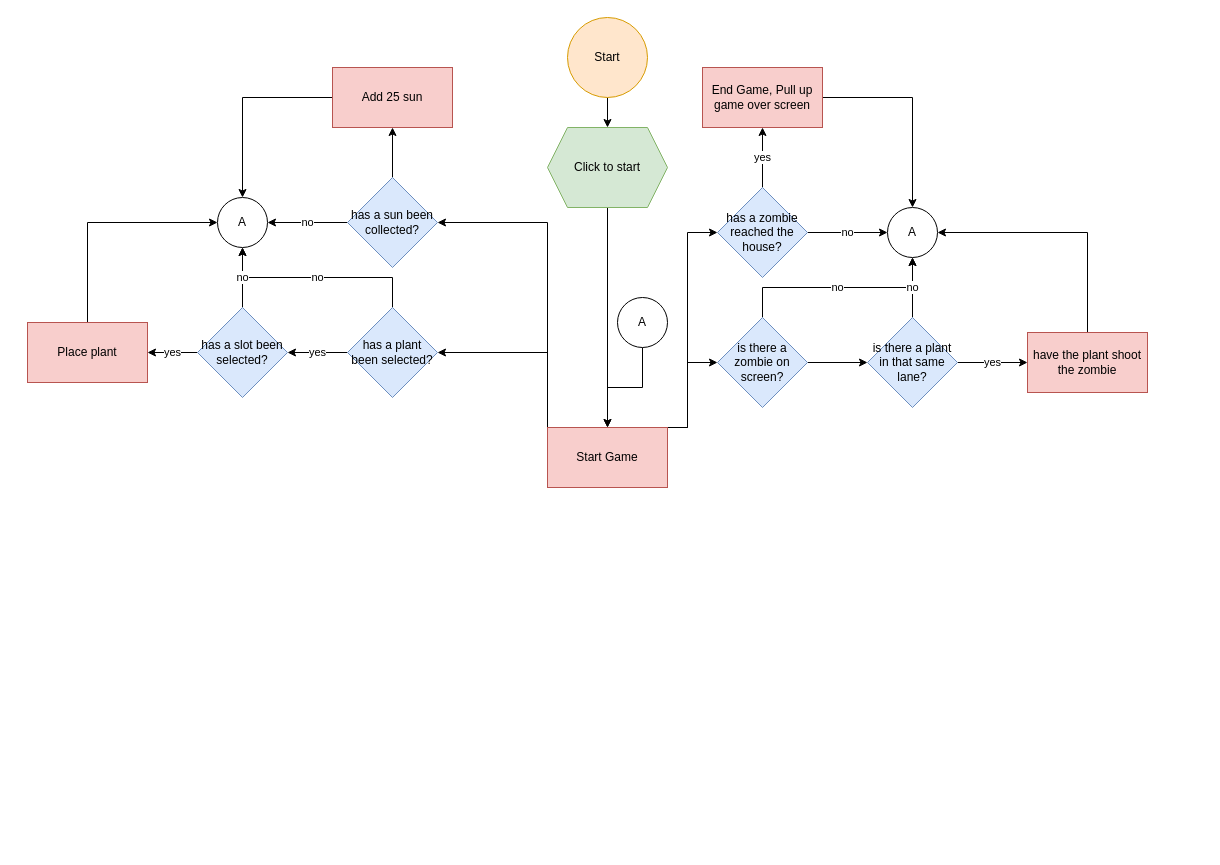
This is pvz flowchart.drawio from issadeli228/pvz, a draw.io file, before an edit. Source tidied: cells renumbered, new cells numbered last; positions are measured from the earlier drawing's top-left corner, leaving out a move shared by most shapes. Both pictures are drawn from the tidied source at 100%, with x=0, y=0 at pixel (27, 17).
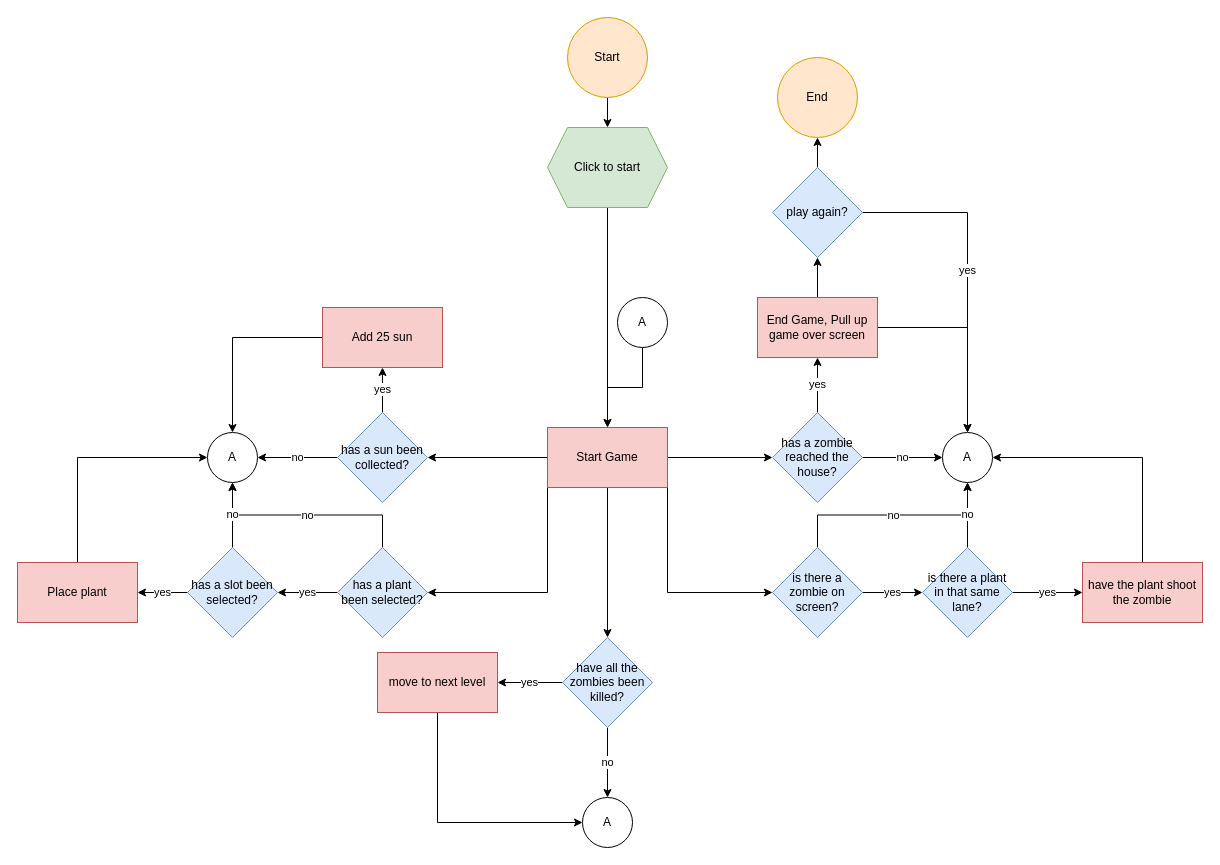
The same diagram, later.

Unchanged cells that the change refers to:
```xml
<mxCell id="10" value="Start Game" style="rounded=0;whiteSpace=wrap;html=1;fillColor=#f8cecc;strokeColor=#b85450;" parent="1" vertex="1">
  <mxGeometry x="520" y="410" width="120" height="60" as="geometry" />
</mxCell>
```

The edit, as a diff of the source:
```diff
@@
+    <mxCell id="9" style="edgeStyle=orthogonalEdgeStyle;rounded=0;jettySize=auto;html=1;exitX=1;exitY=1;exitDx=0;exitDy=0;entryX=0;entryY=0.5;entryDx=0;entryDy=0;" parent="1" edge="1" source="10" target="35">
+      <mxGeometry relative="1" as="geometry" />
+    </mxCell>
+    <mxCell id="8" style="edgeStyle=orthogonalEdgeStyle;rounded=0;jettySize=auto;html=1;exitX=1;exitY=0.5;exitDx=0;exitDy=0;entryX=0;entryY=0.5;entryDx=0;entryDy=0;" parent="1" edge="1" source="10" target="29">
+      <mxGeometry relative="1" as="geometry" />
+    </mxCell>
+    <mxCell id="7" style="edgeStyle=orthogonalEdgeStyle;rounded=0;jettySize=auto;html=1;exitX=0;exitY=1;exitDx=0;exitDy=0;entryX=1;entryY=0.5;entryDx=0;entryDy=0;" parent="1" edge="1" source="10" target="21">
+      <mxGeometry relative="1" as="geometry" />
+    </mxCell>
-    <mxCell id="6" style="edgeStyle=orthogonalEdgeStyle;rounded=0;jettySize=auto;html=1;exitX=0;exitY=0;exitDx=0;exitDy=0;entryX=1;entryY=0.5;entryDx=0;entryDy=0;" parent="1" edge="1" source="10" target="13">
+    <mxCell id="6" style="edgeStyle=orthogonalEdgeStyle;rounded=0;jettySize=auto;html=1;exitX=0;exitY=0.5;exitDx=0;exitDy=0;entryX=1;entryY=0.5;entryDx=0;entryDy=0;" parent="1" edge="1" source="10" target="13">
       <mxGeometry relative="1" as="geometry" />
     </mxCell>
-    <mxCell id="7" style="edgeStyle=orthogonalEdgeStyle;rounded=0;jettySize=auto;html=1;exitX=0;exitY=0;exitDx=0;exitDy=0;entryX=1;entryY=0.5;entryDx=0;entryDy=0;" parent="1" edge="1" source="10" target="21">
-      <mxGeometry relative="1" as="geometry" />
-    </mxCell>
-    <mxCell id="8" style="edgeStyle=orthogonalEdgeStyle;rounded=0;jettySize=auto;html=1;exitX=1;exitY=0;exitDx=0;exitDy=0;entryX=0;entryY=0.5;entryDx=0;entryDy=0;" parent="1" edge="1" source="10" target="29">
-      <mxGeometry relative="1" as="geometry">
-        <Array as="points">
-          <mxPoint x="660" y="410" />
-          <mxPoint x="660" y="215" />
-        </Array>
-      </mxGeometry>
-    </mxCell>
-    <mxCell id="9" style="edgeStyle=orthogonalEdgeStyle;rounded=0;jettySize=auto;html=1;exitX=1;exitY=0;exitDx=0;exitDy=0;entryX=0;entryY=0.5;entryDx=0;entryDy=0;" parent="1" edge="1" source="10" target="35">
-      <mxGeometry relative="1" as="geometry">
-        <Array as="points">
-          <mxPoint x="660" y="410" />
-          <mxPoint x="660" y="345" />
-        </Array>
-      </mxGeometry>
-    </mxCell>
+    <mxCell id="41" style="edgeStyle=orthogonalEdgeStyle;rounded=0;jettySize=auto;html=1;exitX=0.5;exitY=1;exitDx=0;exitDy=0;entryX=0.5;entryY=0;entryDx=0;entryDy=0;" parent="1" edge="1" source="10" target="49">
+      <mxGeometry relative="1" as="geometry" />
+    </mxCell>
@@
-    <mxCell id="12" style="edgeStyle=orthogonalEdgeStyle;rounded=0;jettySize=auto;html=1;" parent="1" edge="1" source="13" target="16">
+    <mxCell id="12" value="yes" style="edgeStyle=orthogonalEdgeStyle;rounded=0;jettySize=auto;html=1;" parent="1" edge="1" source="13" target="16">
       <mxGeometry relative="1" as="geometry" />
     </mxCell>
     <mxCell id="13" value="has a sun been collected?" style="rhombus;whiteSpace=wrap;html=1;fillColor=#dae8fc;strokeColor=#6c8ebf;" parent="1" vertex="1">
-      <mxGeometry x="320" y="160" width="90" height="90" as="geometry" />
+      <mxGeometry x="310" y="395" width="90" height="90" as="geometry" />
     </mxCell>
     <mxCell id="14" value="A" style="ellipse;whiteSpace=wrap;html=1;" parent="1" vertex="1">
-      <mxGeometry x="190" y="180" width="50" height="50" as="geometry" />
+      <mxGeometry x="180" y="415" width="50" height="50" as="geometry" />
     </mxCell>
@@
     <mxCell id="16" value="Add 25 sun" style="rounded=0;whiteSpace=wrap;html=1;fillColor=#f8cecc;strokeColor=#b85450;" parent="1" vertex="1">
-      <mxGeometry x="305" y="50" width="120" height="60" as="geometry" />
+      <mxGeometry x="295" y="290" width="120" height="60" as="geometry" />
     </mxCell>
@@
     <mxCell id="21" value="has a plant been selected?" style="rhombus;whiteSpace=wrap;html=1;fillColor=#dae8fc;strokeColor=#6c8ebf;" parent="1" vertex="1">
-      <mxGeometry x="320" y="290" width="90" height="90" as="geometry" />
+      <mxGeometry x="310" y="530" width="90" height="90" as="geometry" />
     </mxCell>
@@
     <mxCell id="24" value="has a slot been selected?" style="rhombus;whiteSpace=wrap;html=1;fillColor=#dae8fc;strokeColor=#6c8ebf;" parent="1" vertex="1">
-      <mxGeometry x="170" y="290" width="90" height="90" as="geometry" />
+      <mxGeometry x="160" y="530" width="90" height="90" as="geometry" />
     </mxCell>
@@
     <mxCell id="26" value="Place plant" style="rounded=0;whiteSpace=wrap;html=1;fillColor=#f8cecc;strokeColor=#b85450;" parent="1" vertex="1">
-      <mxGeometry y="305" width="120" height="60" as="geometry" />
+      <mxGeometry x="-10" y="545" width="120" height="60" as="geometry" />
     </mxCell>
@@
     <mxCell id="29" value="has a zombie reached the house?" style="rhombus;whiteSpace=wrap;html=1;fillColor=#dae8fc;strokeColor=#6c8ebf;" parent="1" vertex="1">
-      <mxGeometry x="690" y="170" width="90" height="90" as="geometry" />
+      <mxGeometry x="745" y="395" width="90" height="90" as="geometry" />
     </mxCell>
     <mxCell id="30" value="A" style="ellipse;whiteSpace=wrap;html=1;" parent="1" vertex="1">
-      <mxGeometry x="860" y="190" width="50" height="50" as="geometry" />
+      <mxGeometry x="915" y="415" width="50" height="50" as="geometry" />
     </mxCell>
@@
+    <mxCell id="42" style="edgeStyle=orthogonalEdgeStyle;rounded=0;jettySize=auto;html=1;" parent="1" edge="1" source="32" target="45">
+      <mxGeometry relative="1" as="geometry" />
+    </mxCell>
     <mxCell id="32" value="End Game, Pull up game over screen" style="rounded=0;whiteSpace=wrap;html=1;fillColor=#f8cecc;strokeColor=#b85450;" parent="1" vertex="1">
-      <mxGeometry x="675" y="50" width="120" height="60" as="geometry" />
+      <mxGeometry x="730" y="280" width="120" height="60" as="geometry" />
     </mxCell>
@@
-    <mxCell id="34" style="edgeStyle=orthogonalEdgeStyle;rounded=0;jettySize=auto;html=1;" parent="1" edge="1" source="35" target="38">
+    <mxCell id="34" value="yes" style="edgeStyle=orthogonalEdgeStyle;rounded=0;jettySize=auto;html=1;" parent="1" edge="1" source="35" target="38">
       <mxGeometry relative="1" as="geometry" />
     </mxCell>
     <mxCell id="35" value="is there a zombie on screen?" style="rhombus;whiteSpace=wrap;html=1;fillColor=#dae8fc;strokeColor=#6c8ebf;" parent="1" vertex="1">
-      <mxGeometry x="690" y="300" width="90" height="90" as="geometry" />
+      <mxGeometry x="745" y="530" width="90" height="90" as="geometry" />
     </mxCell>
@@
     <mxCell id="38" value="is there a plant in that same lane?" style="rhombus;whiteSpace=wrap;html=1;fillColor=#dae8fc;strokeColor=#6c8ebf;" parent="1" vertex="1">
-      <mxGeometry x="840" y="300" width="90" height="90" as="geometry" />
+      <mxGeometry x="895" y="530" width="90" height="90" as="geometry" />
     </mxCell>
@@
     <mxCell id="40" value="have the plant shoot the zombie" style="rounded=0;whiteSpace=wrap;html=1;fillColor=#f8cecc;strokeColor=#b85450;" parent="1" vertex="1">
-      <mxGeometry x="1000" y="315" width="120" height="60" as="geometry" />
+      <mxGeometry x="1055" y="545" width="120" height="60" as="geometry" />
     </mxCell>
+    <mxCell id="43" value="yes" style="edgeStyle=orthogonalEdgeStyle;rounded=0;jettySize=auto;html=1;exitX=1;exitY=0.5;exitDx=0;exitDy=0;entryX=0.5;entryY=0;entryDx=0;entryDy=0;" parent="1" edge="1" source="45" target="30">
+      <mxGeometry relative="1" as="geometry" />
+    </mxCell>
+    <mxCell id="44" style="edgeStyle=orthogonalEdgeStyle;rounded=0;jettySize=auto;html=1;" parent="1" edge="1" source="45" target="46">
+      <mxGeometry relative="1" as="geometry" />
+    </mxCell>
+    <mxCell id="45" value="play again?" style="rhombus;whiteSpace=wrap;html=1;fillColor=#dae8fc;strokeColor=#6c8ebf;" parent="1" vertex="1">
+      <mxGeometry x="745" y="150" width="90" height="90" as="geometry" />
+    </mxCell>
+    <mxCell id="46" value="End" style="ellipse;whiteSpace=wrap;html=1;fillColor=#ffe6cc;strokeColor=#d79b00;" parent="1" vertex="1">
+      <mxGeometry x="750" y="40" width="80" height="80" as="geometry" />
+    </mxCell>
+    <mxCell id="47" value="no" style="edgeStyle=orthogonalEdgeStyle;rounded=0;jettySize=auto;html=1;" parent="1" edge="1" source="49" target="50">
+      <mxGeometry relative="1" as="geometry" />
+    </mxCell>
+    <mxCell id="48" value="yes" style="edgeStyle=orthogonalEdgeStyle;rounded=0;jettySize=auto;html=1;" parent="1" edge="1" source="49" target="52">
+      <mxGeometry relative="1" as="geometry" />
+    </mxCell>
+    <mxCell id="49" value="have all the zombies been killed?" style="rhombus;whiteSpace=wrap;html=1;fillColor=#dae8fc;strokeColor=#6c8ebf;" parent="1" vertex="1">
+      <mxGeometry x="535" y="620" width="90" height="90" as="geometry" />
+    </mxCell>
+    <mxCell id="50" value="A" style="ellipse;whiteSpace=wrap;html=1;" parent="1" vertex="1">
+      <mxGeometry x="555" y="780" width="50" height="50" as="geometry" />
+    </mxCell>
+    <mxCell id="51" style="edgeStyle=orthogonalEdgeStyle;rounded=0;jettySize=auto;html=1;exitX=0.5;exitY=1;exitDx=0;exitDy=0;entryX=0;entryY=0.5;entryDx=0;entryDy=0;" parent="1" edge="1" source="52" target="50">
+      <mxGeometry relative="1" as="geometry" />
+    </mxCell>
+    <mxCell id="52" value="move to next level" style="rounded=0;whiteSpace=wrap;html=1;fillColor=#f8cecc;strokeColor=#b85450;" parent="1" vertex="1">
+      <mxGeometry x="350" y="635" width="120" height="60" as="geometry" />
+    </mxCell>
```
